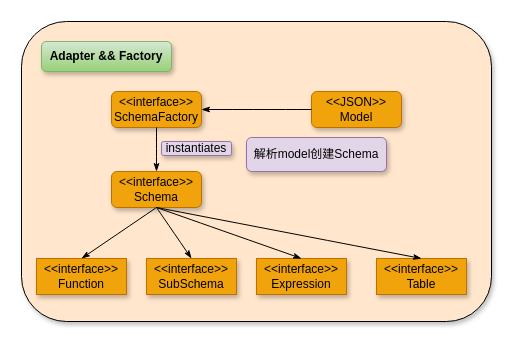
The draw.io diagram schemaFactory.drawio in arlottang/tdh_bit, before the edit. Source tidied: cells renumbered, new cells numbered last; positions are measured from the earlier drawing's top-left corner, leaving out a move shared by most shapes. Both pictures are drawn from the tidied source at 100%, with x=0, y=0 at pixel (21, 21).
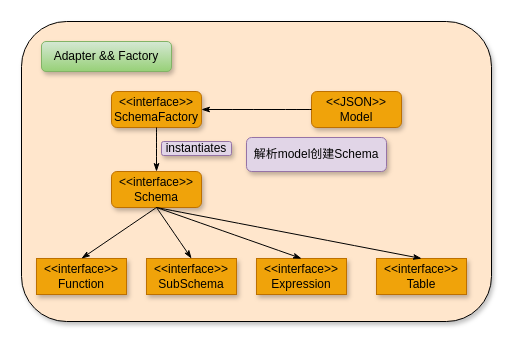
The same diagram, later.

What changed in the source:
```diff
@@
 <mxGraphModel>
   <root>
     <mxCell id="0" />
     <mxCell id="1" parent="0" />
     <mxCell id="2" style="rounded=1;whiteSpace=wrap;html=1;shadow=1;fillColor=#FFE6CC;" parent="1" vertex="1">
       <mxGeometry width="470" height="300" as="geometry" />
     </mxCell>
-    <mxCell id="3" value="Adapter &amp;amp;&amp;amp; Factory" style="rounded=1;whiteSpace=wrap;html=1;shadow=1;glass=0;hachureGap=4;strokeWidth=1;fillColor=#d5e8d4;fontStyle=1;strokeColor=#82b366;gradientColor=#97d077;" parent="1" vertex="1">
+    <mxCell id="3" value="&lt;span style=&quot;font-weight: normal&quot;&gt;Adapter &amp;amp;&amp;amp; Factory&lt;/span&gt;" style="rounded=1;whiteSpace=wrap;html=1;shadow=1;glass=0;hachureGap=4;strokeWidth=1;fillColor=#d5e8d4;fontStyle=1;strokeColor=#82b366;gradientColor=#97d077;" parent="1" vertex="1">
       <mxGeometry x="20" y="20" width="130" height="30" as="geometry" />
     </mxCell>
     <mxCell id="4" value="&amp;lt;&amp;lt;interface&amp;gt;&amp;gt;&lt;br&gt;SchemaFactory" style="rounded=1;whiteSpace=wrap;html=1;shadow=1;glass=0;hachureGap=4;strokeWidth=1;fillColor=#f0a30a;strokeColor=#BD7000;fontColor=#000000;" parent="1" vertex="1">
       <mxGeometry x="90" y="70" width="90" height="36" as="geometry" />
     </mxCell>
     <mxCell id="5" value="&amp;lt;&amp;lt;interface&amp;gt;&amp;gt;&lt;br&gt;SubSchema" style="rounded=1;whiteSpace=wrap;html=1;shadow=1;glass=0;hachureGap=4;strokeWidth=1;fillColor=#f0a30a;strokeColor=#BD7000;fontColor=#000000;arcSize=0;" parent="1" vertex="1">
       <mxGeometry x="125" y="237" width="90" height="36" as="geometry" />
     </mxCell>
     <mxCell id="6" value="&amp;lt;&amp;lt;interface&amp;gt;&amp;gt;&lt;br&gt;Schema" style="rounded=1;whiteSpace=wrap;html=1;shadow=1;glass=0;hachureGap=4;strokeWidth=1;fillColor=#f0a30a;strokeColor=#BD7000;fontColor=#000000;" parent="1" vertex="1">
       <mxGeometry x="90" y="150" width="90" height="36" as="geometry" />
     </mxCell>
     <mxCell id="7" value="&amp;lt;&amp;lt;JSON&amp;gt;&amp;gt;&lt;br&gt;Model" style="rounded=1;whiteSpace=wrap;html=1;shadow=1;glass=0;hachureGap=4;strokeWidth=1;fillColor=#f0a30a;strokeColor=#BD7000;fontColor=#000000;" parent="1" vertex="1">
       <mxGeometry x="290" y="70" width="90" height="36" as="geometry" />
     </mxCell>
     <mxCell id="8" style="edgeStyle=none;curved=1;rounded=0;jettySize=auto;html=1;endArrow=classicThin;sourcePerimeterSpacing=8;targetPerimeterSpacing=8;startArrow=none;startFill=0;endFill=1;exitX=0;exitY=0.5;exitDx=0;exitDy=0;entryX=1;entryY=0.5;entryDx=0;entryDy=0;" parent="1" edge="1" source="7" target="4">
       <mxGeometry relative="1" as="geometry" />
     </mxCell>
     <mxCell id="9" value="&amp;lt;&amp;lt;interface&amp;gt;&amp;gt;&lt;br&gt;Function" style="rounded=1;whiteSpace=wrap;html=1;shadow=1;glass=0;hachureGap=4;strokeWidth=1;fillColor=#f0a30a;strokeColor=#BD7000;fontColor=#000000;arcSize=0;" parent="1" vertex="1">
       <mxGeometry x="15" y="237" width="90" height="36" as="geometry" />
     </mxCell>
     <mxCell id="10" value="&amp;lt;&amp;lt;interface&amp;gt;&amp;gt;&lt;br&gt;Expression" style="rounded=1;whiteSpace=wrap;html=1;shadow=1;glass=0;hachureGap=4;strokeWidth=1;fillColor=#f0a30a;strokeColor=#BD7000;fontColor=#000000;arcSize=0;" parent="1" vertex="1">
       <mxGeometry x="235" y="237" width="90" height="36" as="geometry" />
     </mxCell>
     <mxCell id="11" value="&amp;lt;&amp;lt;interface&amp;gt;&amp;gt;&lt;br&gt;Table" style="rounded=1;whiteSpace=wrap;html=1;shadow=1;glass=0;hachureGap=4;strokeWidth=1;fillColor=#f0a30a;strokeColor=#BD7000;fontColor=#000000;arcSize=0;" parent="1" vertex="1">
       <mxGeometry x="355" y="237" width="90" height="36" as="geometry" />
     </mxCell>
     <mxCell id="12" style="edgeStyle=none;curved=1;rounded=0;jettySize=auto;html=1;endArrow=classicThin;sourcePerimeterSpacing=8;targetPerimeterSpacing=8;startArrow=none;startFill=0;endFill=1;exitX=0.5;exitY=1;exitDx=0;exitDy=0;entryX=0.5;entryY=0;entryDx=0;entryDy=0;" parent="1" edge="1" source="4" target="6">
       <mxGeometry relative="1" as="geometry" />
     </mxCell>
     <mxCell id="13" style="edgeStyle=none;curved=1;rounded=0;jettySize=auto;html=1;endArrow=classicThin;sourcePerimeterSpacing=8;targetPerimeterSpacing=8;startArrow=none;startFill=0;endFill=1;exitX=0.5;exitY=1;exitDx=0;exitDy=0;entryX=0.5;entryY=0;entryDx=0;entryDy=0;" parent="1" edge="1" source="6" target="9">
       <mxGeometry relative="1" as="geometry" />
     </mxCell>
     <mxCell id="14" style="edgeStyle=none;curved=1;rounded=0;jettySize=auto;html=1;endArrow=classicThin;sourcePerimeterSpacing=8;targetPerimeterSpacing=8;startArrow=none;startFill=0;endFill=1;exitX=0.5;exitY=1;exitDx=0;exitDy=0;entryX=0.5;entryY=0;entryDx=0;entryDy=0;" parent="1" edge="1" source="6" target="5">
       <mxGeometry relative="1" as="geometry" />
     </mxCell>
     <mxCell id="15" style="edgeStyle=none;curved=1;rounded=0;jettySize=auto;html=1;endArrow=classicThin;sourcePerimeterSpacing=8;targetPerimeterSpacing=8;startArrow=none;startFill=0;endFill=1;entryX=0.5;entryY=0;entryDx=0;entryDy=0;exitX=0.5;exitY=1;exitDx=0;exitDy=0;" parent="1" edge="1" source="6" target="10">
       <mxGeometry relative="1" as="geometry" />
     </mxCell>
     <mxCell id="16" style="edgeStyle=none;curved=1;rounded=0;jettySize=auto;html=1;endArrow=classicThin;sourcePerimeterSpacing=8;targetPerimeterSpacing=8;startArrow=none;startFill=0;endFill=1;entryX=0.5;entryY=0;entryDx=0;entryDy=0;exitX=0.5;exitY=1;exitDx=0;exitDy=0;" parent="1" edge="1" source="6" target="11">
       <mxGeometry relative="1" as="geometry" />
     </mxCell>
     <mxCell id="17" value="instantiates" style="rounded=1;whiteSpace=wrap;html=1;shadow=1;hachureGap=4;fillColor=#e1d5e7;strokeColor=#9673a6;sketch=0;glass=0;" parent="1" vertex="1">
       <mxGeometry x="140" y="120" width="70" height="14" as="geometry" />
     </mxCell>
     <mxCell id="18" value="解析model创建Schema" style="rounded=1;whiteSpace=wrap;html=1;shadow=1;hachureGap=4;fillColor=#e1d5e7;strokeColor=#9673a6;sketch=0;glass=0;" parent="1" vertex="1">
       <mxGeometry x="225" y="116" width="140" height="34" as="geometry" />
     </mxCell>
   </root>
 </mxGraphModel>
```
